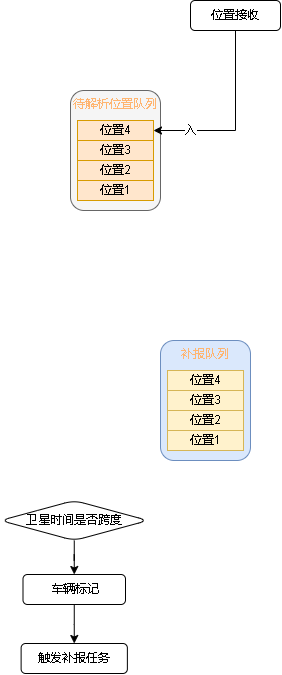
Before: 809数据跨度.drawio.png, a diagram exported from draw.io (xktder/draw). Source tidied: cells renumbered, new cells last; positions are measured from the earlier drawing's top-left corner, leaving out a move shared by most shapes.
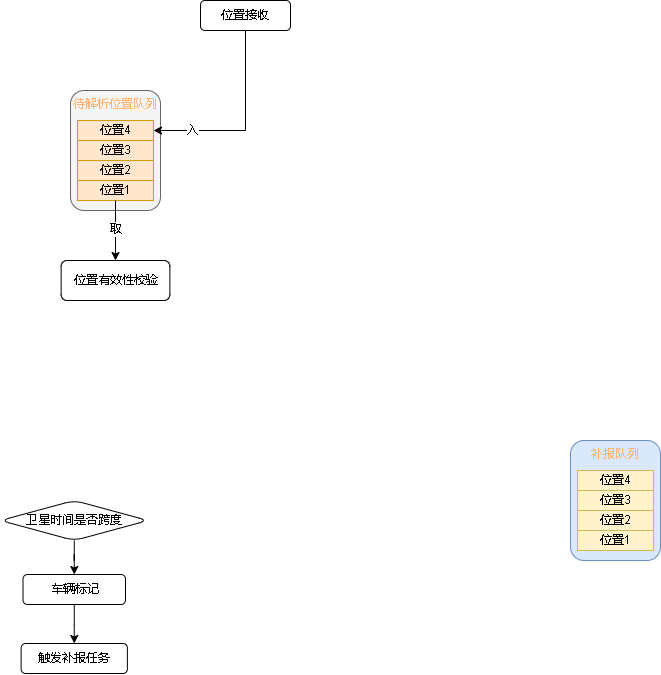
After the change.

Commit message:
更新809数据跨度.drawio.png

The edit, as a diff of the source:
```diff
@@ -3,7 +3,7 @@
     <mxCell id="0" />
     <mxCell id="1" parent="0" />
     <mxCell id="2" value="位置接收" style="rounded=1;whiteSpace=wrap;html=1;" parent="1" vertex="1">
-      <mxGeometry x="190" width="90" height="30" as="geometry" />
+      <mxGeometry x="200" width="90" height="30" as="geometry" />
     </mxCell>
     <mxCell id="3" style="edgeStyle=orthogonalEdgeStyle;rounded=0;jettySize=auto;html=1;" parent="1" edge="1" source="4" target="6">
       <mxGeometry relative="1" as="geometry" />
@@ -39,7 +39,7 @@
       <mxGeometry x="7" y="90" width="76" height="20" as="geometry" />
     </mxCell>
     <mxCell id="14" style="group;" parent="1" vertex="1">
-      <mxGeometry x="160" y="340" width="90" height="120" as="geometry" />
+      <mxGeometry x="570" y="440" width="90" height="120" as="geometry" />
     </mxCell>
     <mxCell id="15" value="&lt;font color=&quot;#ffb570&quot;&gt;补报队列&lt;/font&gt;" style="rounded=1;whiteSpace=wrap;html=1;verticalAlign=top;fillColor=#dae8fc;strokeColor=#6c8ebf;" parent="14" vertex="1">
       <mxGeometry width="90" height="120" as="geometry" />
@@ -64,5 +64,16 @@
         <mxPoint x="-11" y="-1" as="offset" />
       </mxGeometry>
     </mxCell>
+    <mxCell id="22" style="edgeStyle=orthogonalEdgeStyle;rounded=0;jettySize=auto;html=1;exitX=0.5;exitY=1;exitDx=0;exitDy=0;fontColor=#000000;" parent="1" edge="1" source="13" target="24">
+      <mxGeometry relative="1" as="geometry" />
+    </mxCell>
+    <mxCell id="23" value="取" style="edgeLabel;html=1;align=center;verticalAlign=middle;fontColor=#000000;" parent="22" vertex="1">
+      <mxGeometry x="-0.24" relative="1" as="geometry">
+        <mxPoint y="6" as="offset" />
+      </mxGeometry>
+    </mxCell>
+    <mxCell id="24" value="位置有效性校验" style="rounded=1;whiteSpace=wrap;html=1;fontFamily=Helvetica;fontSize=12;fontColor=default;align=center;strokeColor=default;fillColor=default;" parent="1" vertex="1">
+      <mxGeometry x="60.6" y="260" width="108.8" height="40" as="geometry" />
+    </mxCell>
   </root>
 </mxGraphModel>
```
